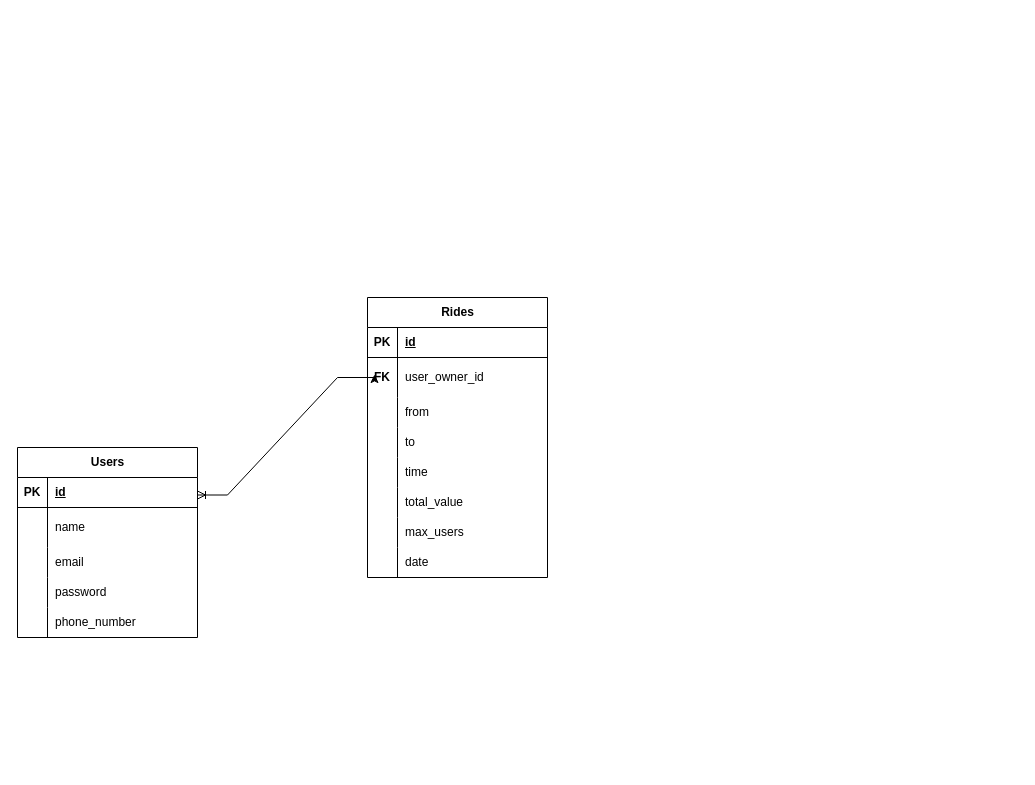
The draw.io diagram docs/Diagram DataBase.drawio in KN-Kommute/KNKommute, before the edit. Source tidied: cells renumbered, new cells numbered last; positions are measured from the earlier drawing's top-left corner, leaving out a move shared by most shapes. Both pictures are drawn from the tidied source at 100%, with x=0, y=0 at pixel (-233, 262).
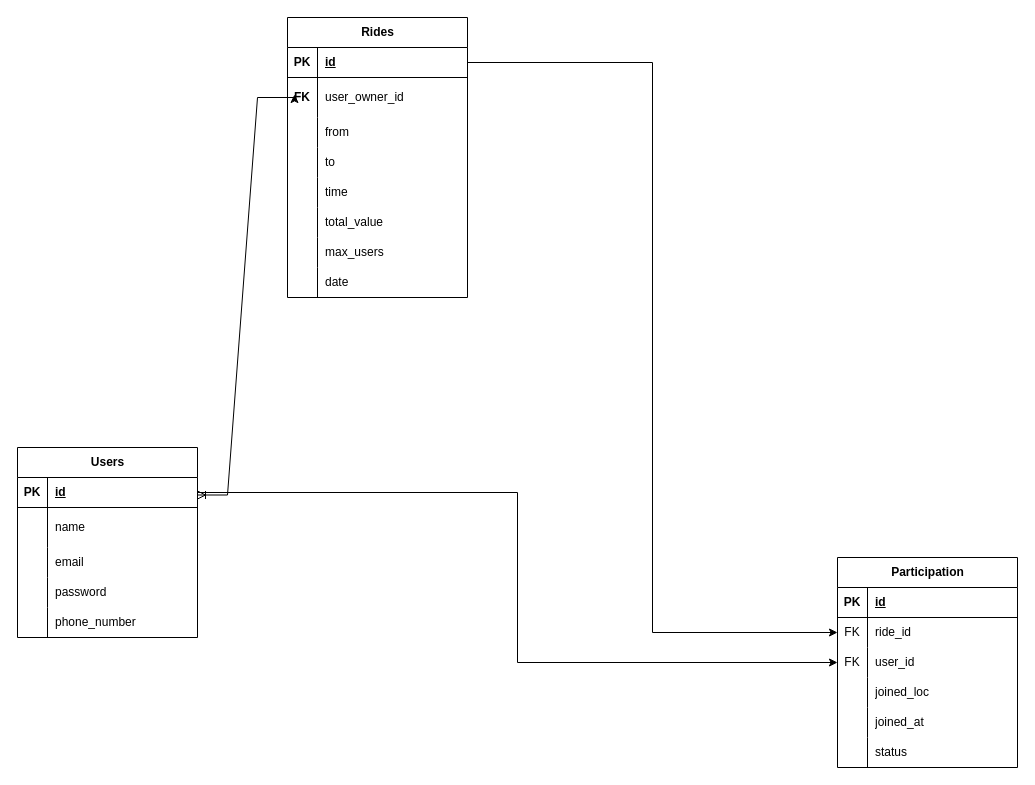
The same page after the edit.

Commit message (it also covers changes not shown here):
Participation_table

creation of the "participations" table in DataBase

Unchanged cells that the change refers to:
```xml
<mxCell id="3" style="shape=tableRow;horizontal=0;startSize=0;swimlaneHead=0;swimlaneBody=0;fillColor=none;points=[[0,0.5],[1,0.5]];portConstraint=eastwest;top=0;left=0;right=0;bottom=1;" parent="2" vertex="1">
  <mxGeometry y="30" width="180" height="30" as="geometry" />
</mxCell>
<mxCell id="19" style="shape=tableRow;horizontal=0;startSize=0;swimlaneHead=0;swimlaneBody=0;fillColor=none;points=[[0,0.5],[1,0.5]];portConstraint=eastwest;top=0;left=0;right=0;bottom=1;" parent="18" vertex="1">
  <mxGeometry y="30" width="180" height="30" as="geometry" />
</mxCell>
```

The edit, as a diff of the source:
```diff
@@
     <mxCell id="18" value="Rides" style="shape=table;startSize=30;childLayout=tableLayout;rowLines=0;fontStyle=1;align=center;html=1;" parent="1" vertex="1">
-      <mxGeometry x="600" y="35" width="180" height="280" as="geometry" />
+      <mxGeometry x="520" y="-245" width="180" height="280" as="geometry" />
     </mxCell>
@@
+    <mxCell id="45" value="Participation" style="shape=table;startSize=30;childLayout=tableLayout;rowLines=0;fontStyle=1;align=center;html=1;" parent="1" vertex="1">
+      <mxGeometry x="1070" y="295" width="180" height="210" as="geometry" />
+    </mxCell>
+    <mxCell id="46" style="shape=tableRow;horizontal=0;startSize=0;swimlaneHead=0;swimlaneBody=0;fillColor=none;top=0;left=0;right=0;bottom=1;" parent="45" vertex="1">
+      <mxGeometry y="30" width="180" height="30" as="geometry" />
+    </mxCell>
+    <mxCell id="47" value="PK" style="shape=partialRectangle;fillColor=none;top=0;left=0;bottom=0;right=0;fontStyle=1;overflow=hidden;whiteSpace=wrap;html=1;" parent="46" vertex="1">
+      <mxGeometry width="30" height="30" as="geometry" />
+    </mxCell>
+    <mxCell id="48" value="id" style="shape=partialRectangle;fillColor=none;top=0;left=0;bottom=0;right=0;align=left;spacingLeft=6;fontStyle=5;overflow=hidden;whiteSpace=wrap;html=1;" parent="46" vertex="1">
+      <mxGeometry x="30" width="150" height="30" as="geometry" />
+    </mxCell>
+    <mxCell id="49" style="shape=tableRow;horizontal=0;startSize=0;swimlaneHead=0;swimlaneBody=0;fillColor=none;points=[[0,0.5],[1,0.5]];portConstraint=eastwest;top=0;left=0;right=0;bottom=0;" parent="45" vertex="1">
+      <mxGeometry y="60" width="180" height="30" as="geometry" />
+    </mxCell>
+    <mxCell id="50" value="FK" style="shape=partialRectangle;fillColor=none;top=0;left=0;bottom=0;right=0;overflow=hidden;whiteSpace=wrap;html=1;" parent="49" vertex="1">
+      <mxGeometry width="30" height="30" as="geometry" />
+    </mxCell>
+    <mxCell id="51" value="ride_id" style="shape=partialRectangle;fillColor=none;top=0;left=0;bottom=0;right=0;align=left;spacingLeft=6;overflow=hidden;whiteSpace=wrap;html=1;" parent="49" vertex="1">
+      <mxGeometry x="30" width="150" height="30" as="geometry" />
+    </mxCell>
+    <mxCell id="52" style="shape=tableRow;horizontal=0;startSize=0;swimlaneHead=0;swimlaneBody=0;fillColor=none;points=[[0,0.5],[1,0.5]];portConstraint=eastwest;top=0;left=0;right=0;bottom=0;" parent="45" vertex="1">
+      <mxGeometry y="90" width="180" height="30" as="geometry" />
+    </mxCell>
+    <mxCell id="53" value="FK" style="shape=partialRectangle;fillColor=none;top=0;left=0;bottom=0;right=0;overflow=hidden;whiteSpace=wrap;html=1;" parent="52" vertex="1">
+      <mxGeometry width="30" height="30" as="geometry" />
+    </mxCell>
+    <mxCell id="54" value="user_id" style="shape=partialRectangle;fillColor=none;top=0;left=0;bottom=0;right=0;align=left;spacingLeft=6;overflow=hidden;whiteSpace=wrap;html=1;" parent="52" vertex="1">
+      <mxGeometry x="30" width="150" height="30" as="geometry" />
+    </mxCell>
+    <mxCell id="55" style="shape=tableRow;horizontal=0;startSize=0;swimlaneHead=0;swimlaneBody=0;fillColor=none;top=0;left=0;right=0;bottom=0;" parent="45" vertex="1">
+      <mxGeometry y="120" width="180" height="30" as="geometry" />
+    </mxCell>
+    <mxCell id="56" style="shape=partialRectangle;fillColor=none;top=0;left=0;bottom=0;right=0;overflow=hidden;whiteSpace=wrap;html=1;" parent="55" vertex="1">
+      <mxGeometry width="30" height="30" as="geometry" />
+    </mxCell>
+    <mxCell id="57" value="joined_loc" style="shape=partialRectangle;fillColor=none;top=0;left=0;bottom=0;right=0;align=left;spacingLeft=6;overflow=hidden;whiteSpace=wrap;html=1;" parent="55" vertex="1">
+      <mxGeometry x="30" width="150" height="30" as="geometry" />
+    </mxCell>
+    <mxCell id="58" style="shape=tableRow;horizontal=0;startSize=0;swimlaneHead=0;swimlaneBody=0;fillColor=none;top=0;left=0;right=0;bottom=0;" parent="45" vertex="1">
+      <mxGeometry y="150" width="180" height="30" as="geometry" />
+    </mxCell>
+    <mxCell id="59" style="shape=partialRectangle;fillColor=none;top=0;left=0;bottom=0;right=0;overflow=hidden;whiteSpace=wrap;html=1;" parent="58" vertex="1">
+      <mxGeometry width="30" height="30" as="geometry" />
+    </mxCell>
+    <mxCell id="60" value="joined_at" style="shape=partialRectangle;fillColor=none;top=0;left=0;bottom=0;right=0;align=left;spacingLeft=6;overflow=hidden;whiteSpace=wrap;html=1;" parent="58" vertex="1">
+      <mxGeometry x="30" width="150" height="30" as="geometry" />
+    </mxCell>
+    <mxCell id="61" style="shape=tableRow;horizontal=0;startSize=0;swimlaneHead=0;swimlaneBody=0;fillColor=none;top=0;left=0;right=0;bottom=0;" parent="45" vertex="1">
+      <mxGeometry y="180" width="180" height="30" as="geometry" />
+    </mxCell>
+    <mxCell id="62" style="shape=partialRectangle;fillColor=none;top=0;left=0;bottom=0;right=0;overflow=hidden;whiteSpace=wrap;html=1;" parent="61" vertex="1">
+      <mxGeometry width="30" height="30" as="geometry" />
+    </mxCell>
+    <mxCell id="63" value="status" style="shape=partialRectangle;fillColor=none;top=0;left=0;bottom=0;right=0;align=left;spacingLeft=6;overflow=hidden;whiteSpace=wrap;html=1;" parent="61" vertex="1">
+      <mxGeometry x="30" width="150" height="30" as="geometry" />
+    </mxCell>
+    <mxCell id="64" style="edgeStyle=orthogonalEdgeStyle;rounded=0;jettySize=auto;html=1;entryX=0;entryY=0.5;entryDx=0;entryDy=0;" parent="1" edge="1" source="3" target="52">
+      <mxGeometry relative="1" as="geometry" />
+    </mxCell>
+    <mxCell id="65" style="edgeStyle=orthogonalEdgeStyle;rounded=0;jettySize=auto;html=1;entryX=0;entryY=0.5;entryDx=0;entryDy=0;" parent="1" edge="1" source="19" target="49">
+      <mxGeometry relative="1" as="geometry" />
+    </mxCell>
```
